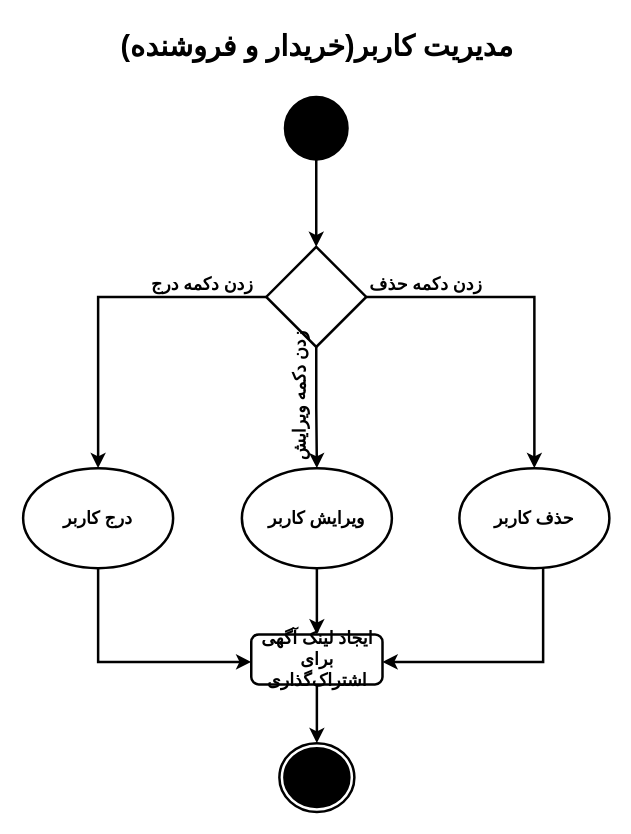
This is page "UserManagement" (6 of 24) of ActivityDiagram/MiddleWare_CarBaMaActivityDiagram.drawio from MelvinMo/CarBaMa_Automotive-Sale-Application, a draw.io file, before an edit. Source tidied: cells renumbered, new cells numbered last; positions are measured from the earlier drawing's top-left corner, leaving out a move shared by most shapes. Both pictures are drawn from the tidied source at 125%, with x=0, y=0 at pixel (22, 21).
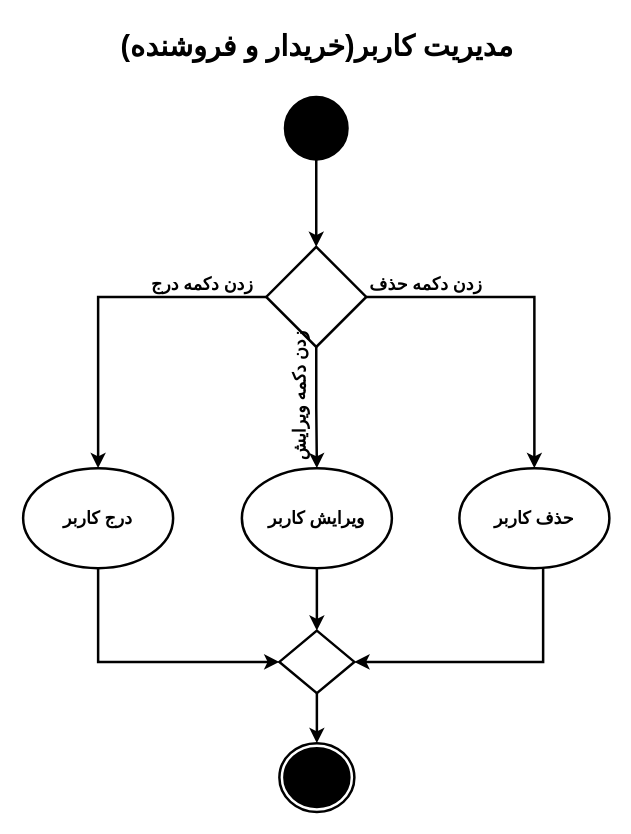
The same page after the edit.

Unchanged cells that the change refers to:
```xml
<mxCell id="4" style="ellipse;html=1;shape=endState;fillColor=#000000;strokeColor=#000000;strokeWidth=2;" parent="1" vertex="1">
  <mxGeometry x="205" y="577" width="60" height="55" as="geometry" />
</mxCell>
<mxCell id="5" value="&lt;font style=&quot;font-size: 14px&quot;&gt;&lt;b&gt;درج کاربر&lt;/b&gt;&lt;/font&gt;" style="ellipse;whiteSpace=wrap;html=1;strokeWidth=2;" parent="1" vertex="1">
  <mxGeometry y="357" width="120" height="80" as="geometry" />
</mxCell>
<mxCell id="9" value="&lt;b&gt;&lt;font style=&quot;font-size: 14px&quot;&gt;ویرایش کاربر&lt;/font&gt;&lt;/b&gt;" style="ellipse;whiteSpace=wrap;html=1;strokeWidth=2;" parent="1" vertex="1">
  <mxGeometry x="175" y="357" width="120" height="80" as="geometry" />
</mxCell>
<mxCell id="11" value="&lt;b&gt;&lt;font style=&quot;font-size: 14px&quot;&gt;حذف کاربر&lt;/font&gt;&lt;/b&gt;" style="ellipse;whiteSpace=wrap;html=1;strokeWidth=2;" parent="1" vertex="1">
  <mxGeometry x="349" y="357" width="120" height="80" as="geometry" />
</mxCell>
```

Diff of the diagram source:
```diff
@@
-    <mxCell id="10" style="edgeStyle=orthogonalEdgeStyle;rounded=0;jettySize=auto;html=1;strokeWidth=2;" parent="1" edge="1" source="11" target="20">
+    <mxCell id="10" style="edgeStyle=orthogonalEdgeStyle;rounded=0;jettySize=auto;html=1;strokeWidth=2;entryX=1;entryY=0.5;entryDx=0;entryDy=0;" parent="1" edge="1" source="11" target="21">
       <mxGeometry relative="1" as="geometry">
         <Array as="points">
           <mxPoint x="416" y="512" />
         </Array>
       </mxGeometry>
     </mxCell>
@@
-    <mxCell id="12" style="edgeStyle=orthogonalEdgeStyle;rounded=0;jettySize=auto;html=1;strokeWidth=2;exitX=0.5;exitY=1;exitDx=0;exitDy=0;" parent="1" edge="1" source="9" target="20">
+    <mxCell id="12" style="edgeStyle=orthogonalEdgeStyle;rounded=0;jettySize=auto;html=1;strokeWidth=2;exitX=0.5;exitY=1;exitDx=0;exitDy=0;entryX=0.5;entryY=0;entryDx=0;entryDy=0;" parent="1" edge="1" source="9" target="21">
       <mxGeometry relative="1" as="geometry" />
     </mxCell>
@@
-    <mxCell id="14" style="edgeStyle=orthogonalEdgeStyle;rounded=0;jettySize=auto;html=1;strokeWidth=2;" parent="1" edge="1" source="20" target="4">
+    <mxCell id="14" style="edgeStyle=orthogonalEdgeStyle;rounded=0;jettySize=auto;html=1;strokeWidth=2;" parent="1" edge="1" source="21" target="4">
       <mxGeometry relative="1" as="geometry" />
     </mxCell>
+    <mxCell id="21" style="rhombus;whiteSpace=wrap;html=1;strokeWidth=2;" parent="1" vertex="1">
+      <mxGeometry x="205" y="487" width="60" height="50" as="geometry" />
+    </mxCell>
@@
-    <mxCell id="16" style="edgeStyle=orthogonalEdgeStyle;rounded=0;jettySize=auto;html=1;strokeWidth=2;exitX=0.5;exitY=1;exitDx=0;exitDy=0;" parent="1" edge="1" source="5" target="20">
+    <mxCell id="16" style="edgeStyle=orthogonalEdgeStyle;rounded=0;jettySize=auto;html=1;strokeWidth=2;entryX=0;entryY=0.5;entryDx=0;entryDy=0;exitX=0.5;exitY=1;exitDx=0;exitDy=0;" parent="1" edge="1" source="5" target="21">
       <mxGeometry relative="1" as="geometry">
         <Array as="points">
           <mxPoint x="60" y="512" />
         </Array>
       </mxGeometry>
     </mxCell>
@@
-    <mxCell id="20" value="&lt;font style=&quot;font-size: 14px&quot;&gt;&lt;b&gt;ایجاد لینک آگهی برای اشتراک‌گذاری&lt;/b&gt;&lt;/font&gt;" style="rounded=1;whiteSpace=wrap;html=1;strokeColor=#000000;fillColor=none;strokeWidth=2;" parent="1" vertex="1">
-      <mxGeometry x="182.5" y="490" width="105" height="40" as="geometry" />
-    </mxCell>
```
